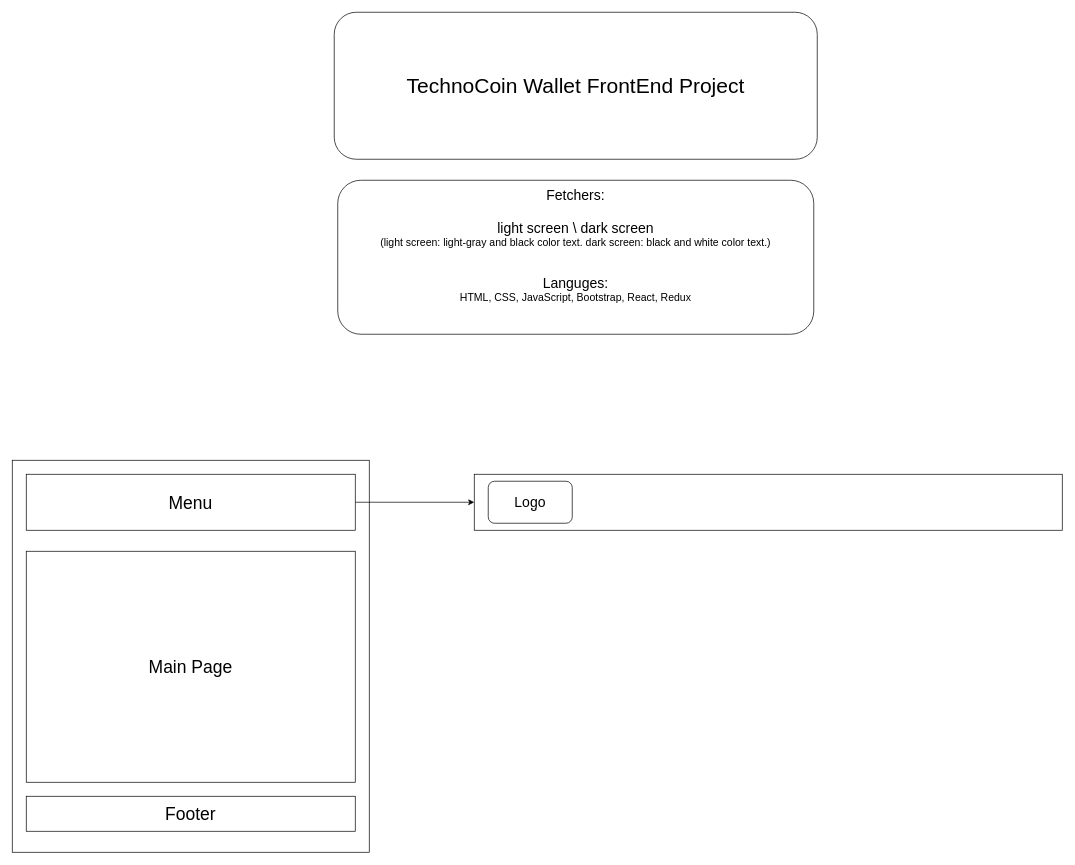
MickaelLepicier/TechnoCoin-Wallet keeps this draw.io diagram as TechnoCoin Wallet.drawio. Above is the earlier version. Source tidied: cells renumbered, new cells numbered last; positions are measured from the earlier drawing's top-left corner, leaving out a move shared by most shapes. Both pictures are drawn from the tidied source at 70%, with x=0, y=0 at pixel (12, 12).
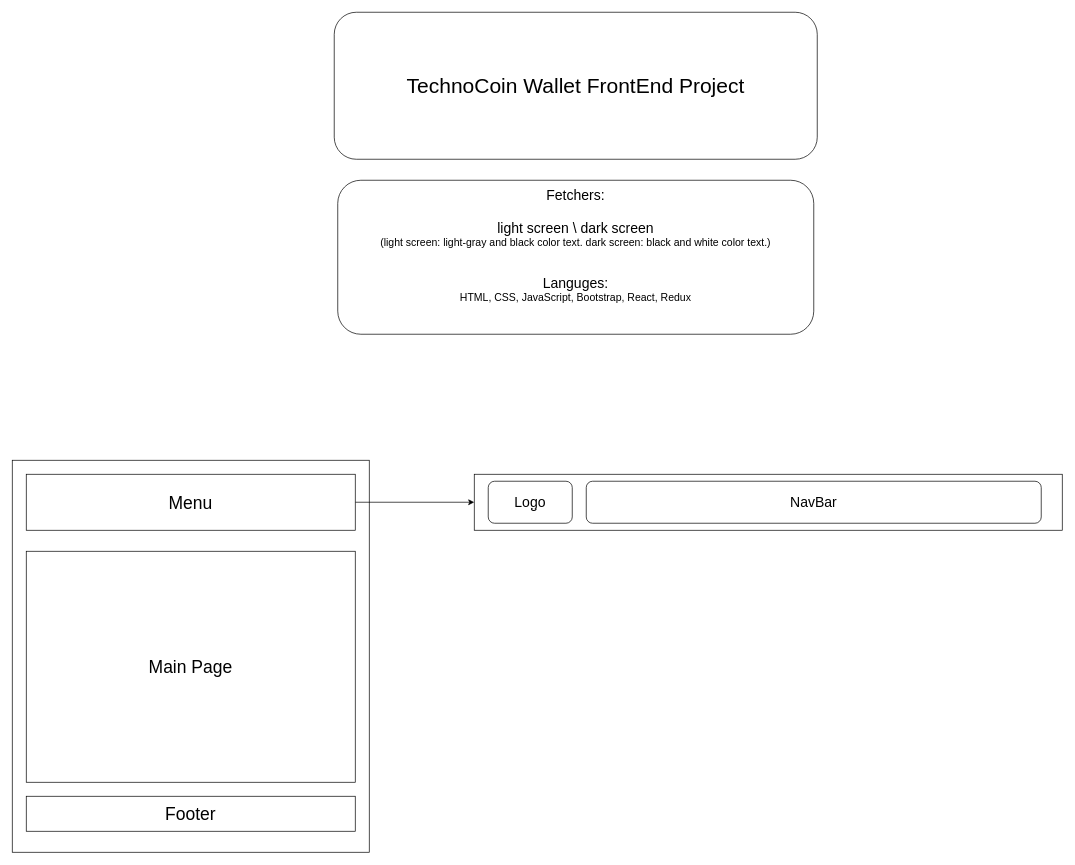
After the change.

The edit, as a diff of the source:
```diff
@@
 <mxGraphModel>
   <root>
     <mxCell id="0" />
     <mxCell id="1" parent="0" />
     <mxCell id="2" value="&lt;font style=&quot;font-size: 30px;&quot;&gt;&lt;span id=&quot;docs-internal-guid-613c45b3-7fff-9e43-0779-83c1a04abebe&quot;&gt;&lt;/span&gt;&lt;span id=&quot;docs-internal-guid-9d86a93e-7fff-ddc6-c1f2-624f86374b45&quot;&gt;&lt;/span&gt;&lt;span id=&quot;docs-internal-guid-9d86a93e-7fff-ddc6-c1f2-624f86374b45&quot;&gt;&lt;/span&gt;&lt;span id=&quot;docs-internal-guid-9d86a93e-7fff-ddc6-c1f2-624f86374b45&quot;&gt;&lt;/span&gt;TechnoCoin Wallet FrontEnd Project&lt;/font&gt;" style="rounded=1;whiteSpace=wrap;html=1;" parent="1" vertex="1">
       <mxGeometry x="460" width="690" height="210" as="geometry" />
     </mxCell>
     <mxCell id="3" style="rounded=0;whiteSpace=wrap;html=1;" parent="1" vertex="1">
       <mxGeometry y="640" width="510" height="560" as="geometry" />
     </mxCell>
     <mxCell id="4" style="edgeStyle=orthogonalEdgeStyle;rounded=0;jettySize=auto;html=1;exitX=1;exitY=0.5;exitDx=0;exitDy=0;" parent="1" edge="1" source="5" target="9">
       <mxGeometry relative="1" as="geometry" />
     </mxCell>
     <mxCell id="5" value="&lt;font style=&quot;font-size: 25px;&quot;&gt;Menu&lt;/font&gt;" style="rounded=0;whiteSpace=wrap;html=1;" parent="1" vertex="1">
       <mxGeometry x="20" y="660" width="470" height="80" as="geometry" />
     </mxCell>
     <mxCell id="6" value="&lt;font style=&quot;font-size: 25px;&quot;&gt;Footer&lt;/font&gt;" style="rounded=0;whiteSpace=wrap;html=1;" parent="1" vertex="1">
       <mxGeometry x="20" y="1120" width="470" height="50" as="geometry" />
     </mxCell>
     <mxCell id="7" value="&lt;font style=&quot;font-size: 25px;&quot;&gt;Main Page&lt;/font&gt;" style="rounded=0;whiteSpace=wrap;html=1;" parent="1" vertex="1">
       <mxGeometry x="20" y="770" width="470" height="330" as="geometry" />
     </mxCell>
     <mxCell id="8" value="&lt;font style=&quot;font-size: 15px;&quot;&gt;&lt;font style=&quot;font-size: 20px;&quot;&gt;Fetchers:&lt;br&gt;&amp;nbsp;&lt;br&gt;light screen \ dark screen&lt;br&gt;&lt;/font&gt;&lt;font style=&quot;font-size: 15px;&quot;&gt;(light screen: light-gray and black color text. dark screen: black&amp;nbsp;and white color text.)&lt;br&gt;&lt;/font&gt;&lt;br&gt;&lt;br&gt;&lt;font style=&quot;font-size: 20px;&quot;&gt;Languges:&lt;/font&gt;&lt;br&gt;&amp;nbsp;HTML, CSS, JavaScript, Bootstrap, React, Redux&amp;nbsp;&lt;br&gt;&lt;br&gt;&lt;br&gt;&lt;/font&gt;" style="rounded=1;whiteSpace=wrap;html=1;" parent="1" vertex="1">
       <mxGeometry x="465" y="240" width="680" height="220" as="geometry" />
     </mxCell>
     <mxCell id="9" style="rounded=0;whiteSpace=wrap;html=1;" parent="1" vertex="1">
       <mxGeometry x="660" y="660" width="840" height="80" as="geometry" />
     </mxCell>
     <mxCell id="10" value="&lt;font style=&quot;font-size: 20px;&quot;&gt;Logo&lt;/font&gt;" style="rounded=1;whiteSpace=wrap;html=1;" parent="1" vertex="1">
       <mxGeometry x="680" y="670" width="120" height="60" as="geometry" />
     </mxCell>
+    <mxCell id="11" value="&lt;font style=&quot;font-size: 20px;&quot;&gt;NavBar&lt;/font&gt;" style="rounded=1;whiteSpace=wrap;html=1;" parent="1" vertex="1">
+      <mxGeometry x="820" y="670" width="650" height="60" as="geometry" />
+    </mxCell>
   </root>
 </mxGraphModel>
```
